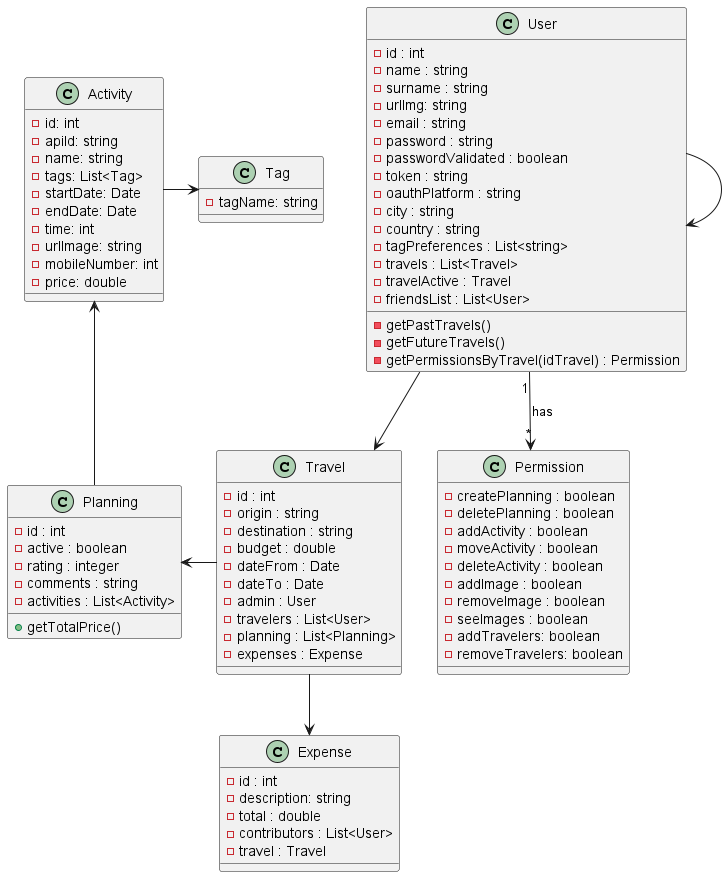
Earlier version of the PlantUML export out/DiagramaClases.v1/Backend.png (DavValCal/Ready2Go).
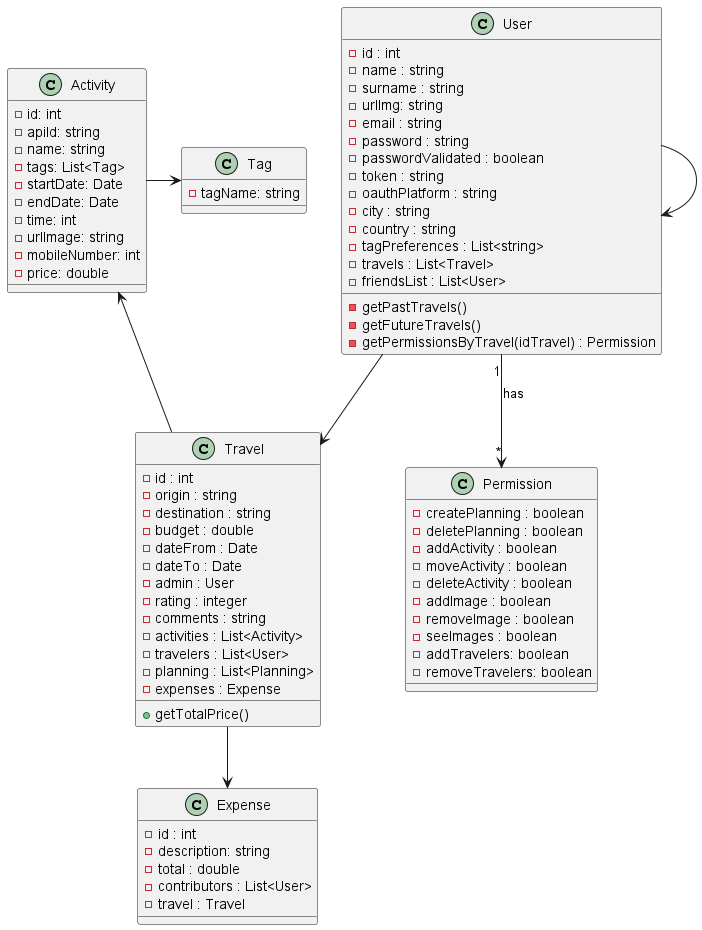
The same diagram one commit later.

Commit message:
comentario y refresh foto

Change to the diagram source:
```diff
@@ -3,9 +3,8 @@
 User --> User
 User --> Travel
 User "1" --> "*" Permission : has
-Travel -left-> Planning
 Travel -down-> Expense
-Planning -up-> Activity
+Travel -up-> Activity
 Activity -right-> Tag
 
 class User {
@@ -22,7 +21,6 @@
 - country : string
 - tagPreferences : List<string>
 - travels : List<Travel>
-- travelActive : Travel
 - friendsList : List<User>
 - getPastTravels()
 - getFutureTravels()
@@ -50,9 +48,13 @@
 - dateFrom : Date
 - dateTo : Date
 - admin : User
+- rating : integer
+- comments : string
+- activities : List<Activity>
 - travelers : List<User>
 - planning : List<Planning>
 - expenses : Expense
++ getTotalPrice()
 }
 
 class Expense{
@@ -61,15 +63,6 @@
 - total : double
 - contributors : List<User>
 - travel : Travel
-}
-
-class Planning{
-- id : int
-- active : boolean
-- rating : integer
-- comments : string
-- activities : List<Activity>
-+ getTotalPrice()
 }
 
 class Activity{
```
